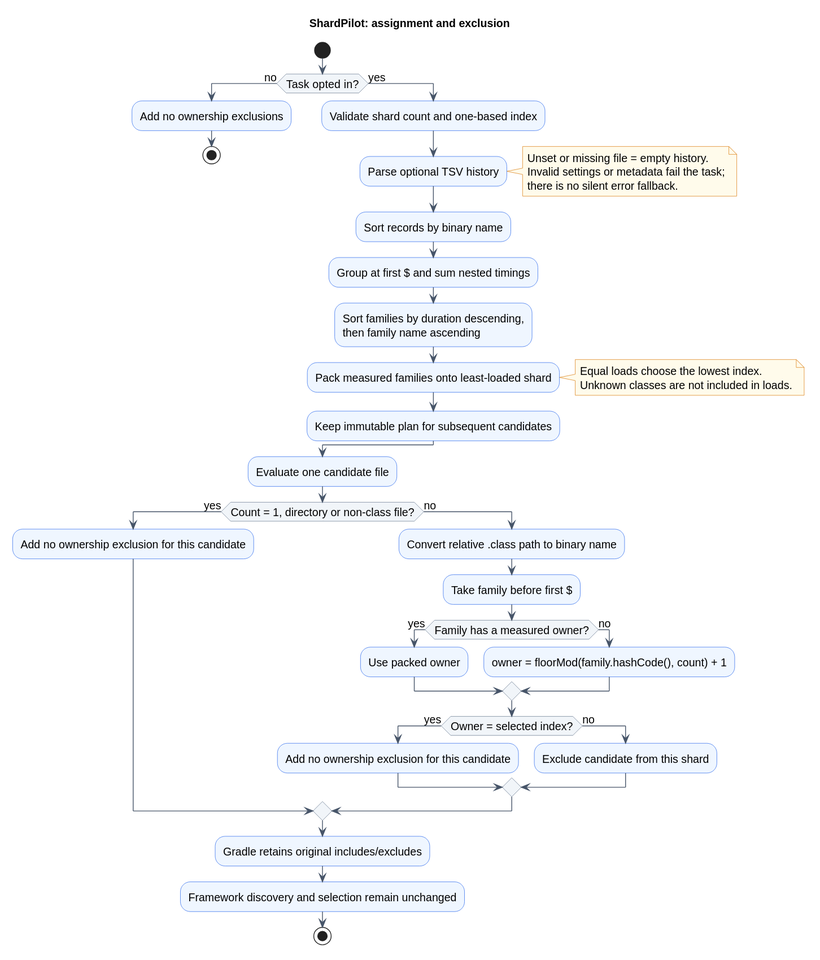
Earlier version of the PlantUML export docs/diagrams/shard-assignment.svg (sjacek/shardpilot). Its source is kept beside it as docs/diagrams/shard-assignment.puml.
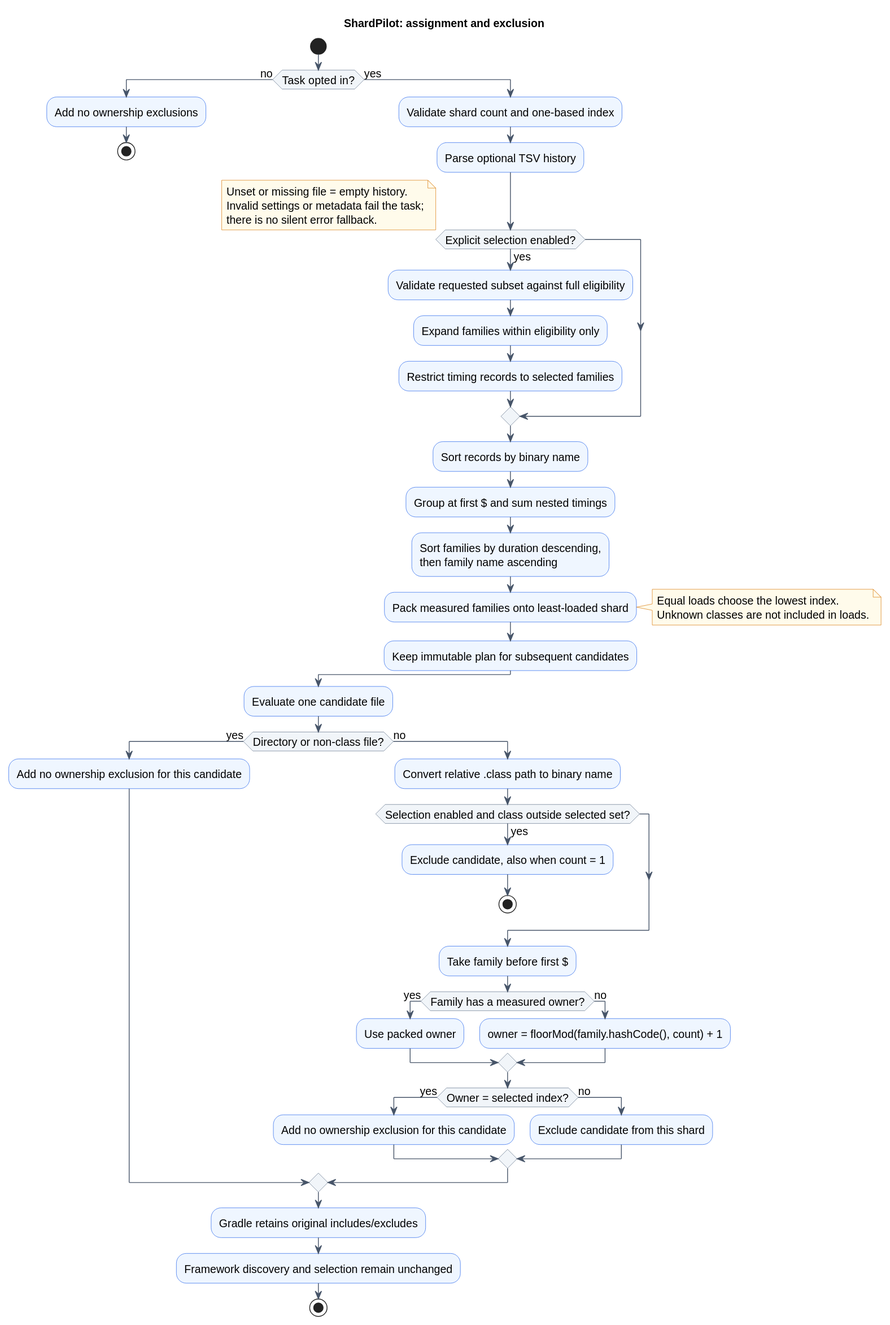
After the change.

Change to the diagram source:
```diff
@@ -19,6 +19,11 @@
 else (yes)
   :Validate shard count and one-based index;
   :Parse optional TSV history;
+  if (Explicit selection enabled?) then (yes)
+    :Validate requested subset against full eligibility;
+    :Expand families within eligibility only;
+    :Restrict timing records to selected families;
+  endif
   note right
     Unset or missing file = empty history.
     Invalid settings or metadata fail the task;
@@ -37,10 +42,14 @@
 endif
 
 :Evaluate one candidate file;
-if (Count = 1, directory or non-class file?) then (yes)
+if (Directory or non-class file?) then (yes)
   :Add no ownership exclusion for this candidate;
 else (no)
   :Convert relative .class path to binary name;
+  if (Selection enabled and class outside selected set?) then (yes)
+    :Exclude candidate, also when count = 1;
+    stop
+  endif
   :Take family before first $;
   if (Family has a measured owner?) then (yes)
     :Use packed owner;
```
